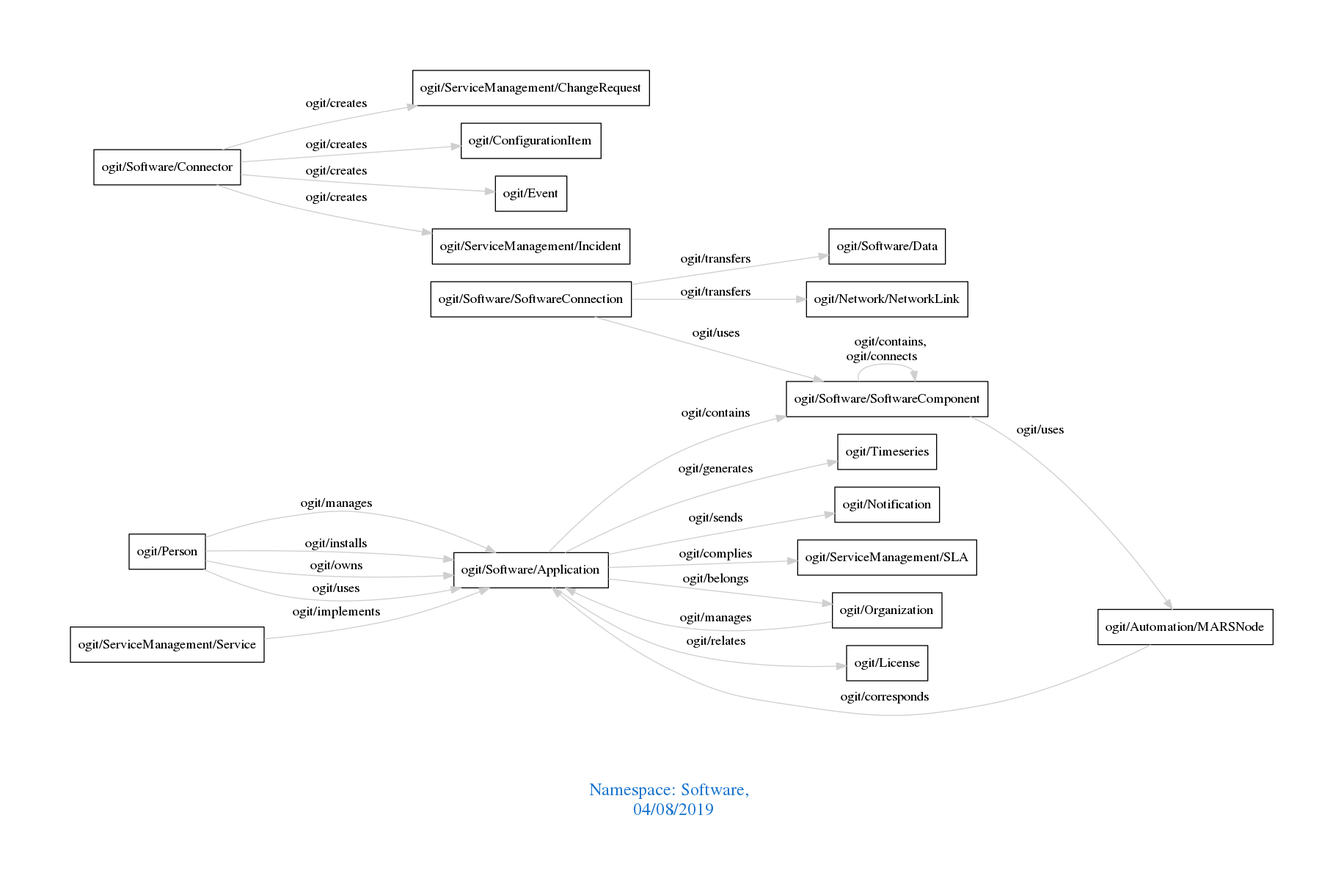
Above: downloads/Software.png in arago/OGIT (Graphviz), before the change. Its source is kept beside it as downloads/Software.dot.
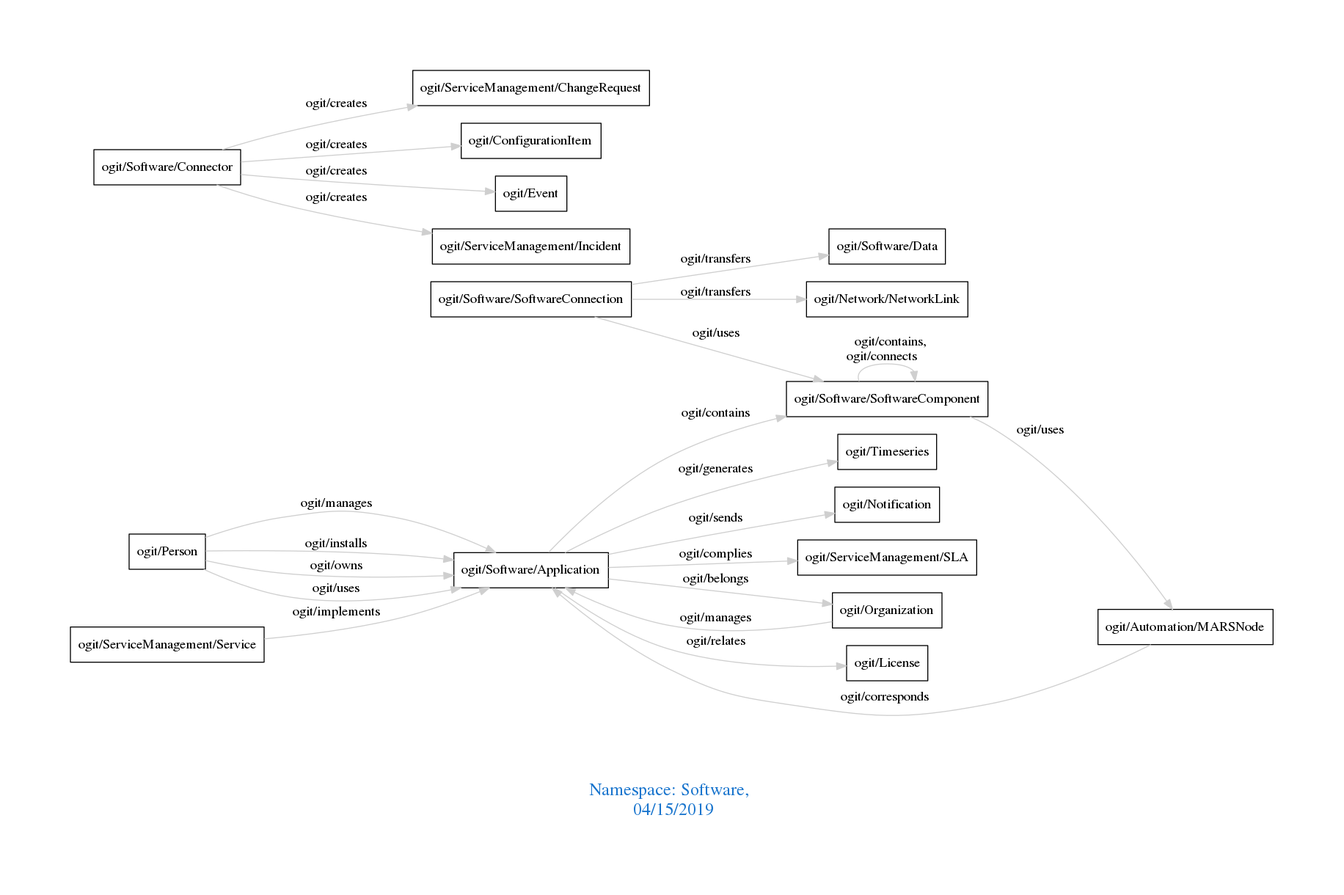
After the commit.

What changed in the source:
```diff
@@ -1,7 +1,7 @@
 digraph OGIT_ontology {
  graph [ rankdir= LR,pad=1
 fontsize = 18,
-fontcolor= dodgerblue3,label = "\n\n\nNamespace: Software, \n 04/08/2019"];
+fontcolor= dodgerblue3,label = "\n\n\nNamespace: Software, \n 04/15/2019"];
 node[shape=polygon];
 edge [  color="gray81"];
 
```
